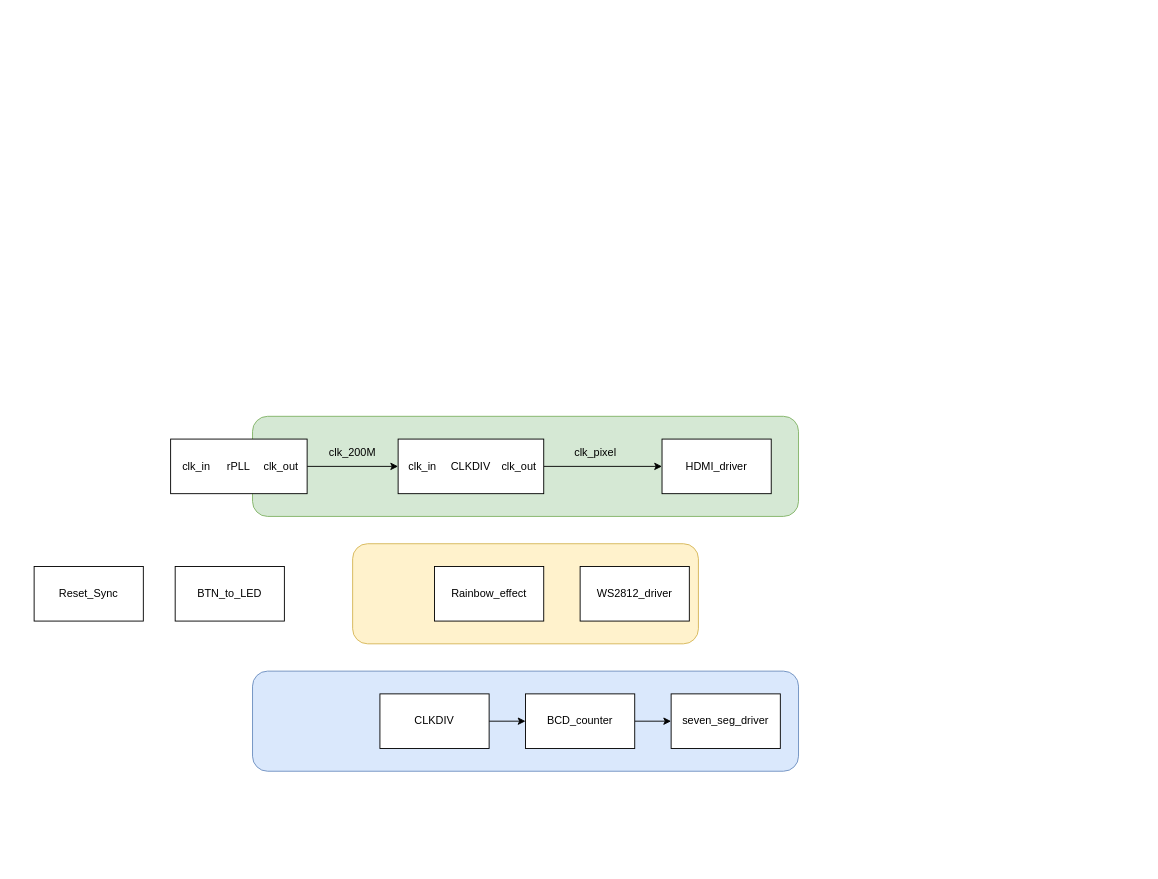
Above: 板级测试工程框图.drawio in zeandon/draw.io (draw.io), before the change. Source tidied: cells renumbered, new cells numbered last; positions are measured from the earlier drawing's top-left corner, leaving out a move shared by most shapes. Both pictures are drawn from the tidied source at 91%, with x=0, y=0 at pixel (34, 416).
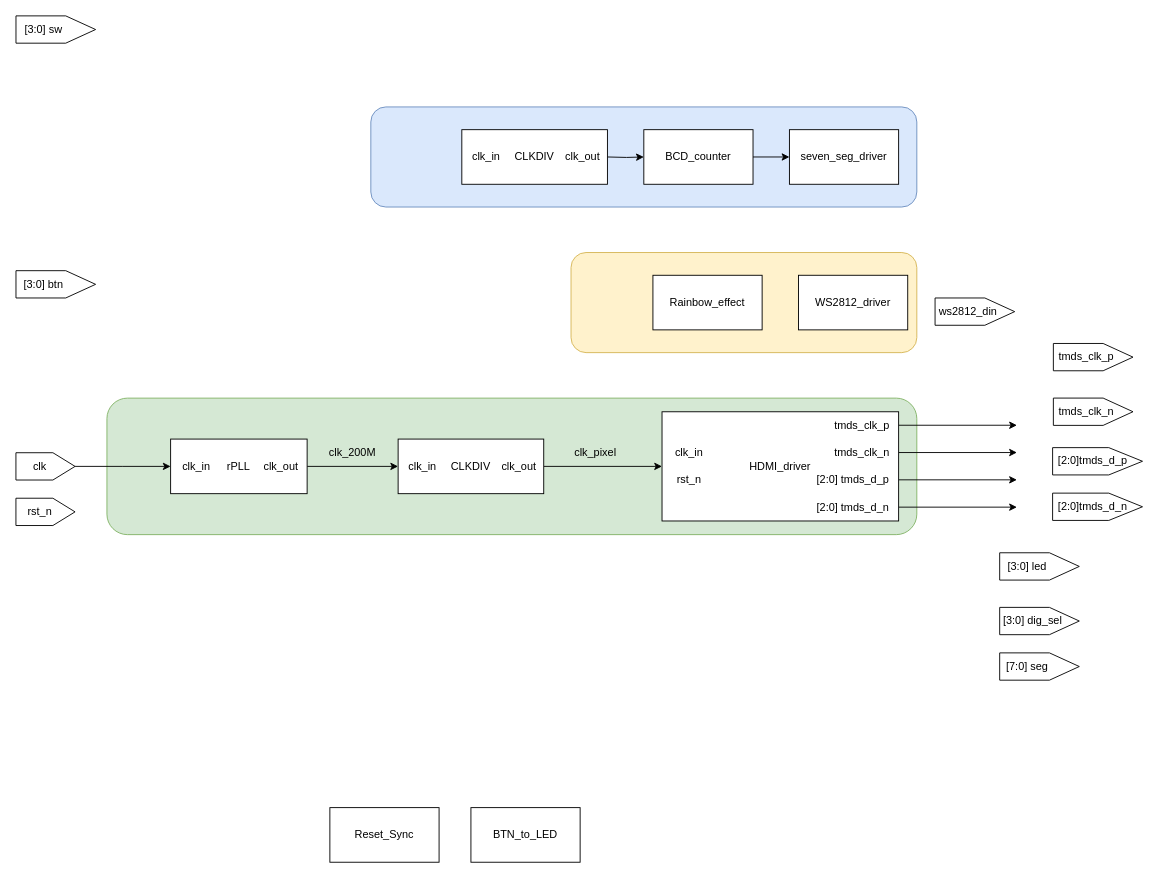
After the change.

Commit message (it also covers changes not shown here):
更新板级测试工程框图.drawio

Diff of the diagram source:
```diff
@@
     <mxCell id="2" style="rounded=1;whiteSpace=wrap;html=1;fillColor=#d5e8d4;strokeColor=#82b366;" parent="1" vertex="1">
-      <mxGeometry x="240" width="600" height="110" as="geometry" />
+      <mxGeometry x="80" y="-20" width="890" height="150" as="geometry" />
     </mxCell>
     <mxCell id="3" style="rounded=1;whiteSpace=wrap;html=1;fillColor=#dae8fc;strokeColor=#6c8ebf;" parent="1" vertex="1">
-      <mxGeometry x="240" y="280" width="600" height="110" as="geometry" />
+      <mxGeometry x="370" y="-340" width="600" height="110" as="geometry" />
     </mxCell>
     <mxCell id="4" style="rounded=1;whiteSpace=wrap;html=1;fillColor=#fff2cc;strokeColor=#d6b656;" parent="1" vertex="1">
-      <mxGeometry x="350" y="140" width="380" height="110" as="geometry" />
+      <mxGeometry x="590" y="-180" width="380" height="110" as="geometry" />
     </mxCell>
-    <mxCell id="5" value="HDMI_driver" style="rounded=0;whiteSpace=wrap;html=1;" parent="1" vertex="1">
-      <mxGeometry x="690" y="25" width="120" height="60" as="geometry" />
-    </mxCell>
@@
     <mxCell id="8" value="Reset_Sync" style="rounded=0;whiteSpace=wrap;html=1;" parent="1" vertex="1">
-      <mxGeometry y="165" width="120" height="60" as="geometry" />
+      <mxGeometry x="325" y="430" width="120" height="60" as="geometry" />
     </mxCell>
-    <mxCell id="9" style="edgeStyle=orthogonalEdgeStyle;rounded=0;jettySize=auto;html=1;" parent="1" edge="1" source="10" target="12">
-      <mxGeometry relative="1" as="geometry" />
+    <mxCell id="9" style="edgeStyle=orthogonalEdgeStyle;rounded=0;jettySize=auto;html=1;" parent="1" edge="1" target="12">
+      <mxGeometry relative="1" as="geometry">
+        <mxPoint x="630" y="-285" as="sourcePoint" />
+      </mxGeometry>
     </mxCell>
-    <mxCell id="10" value="CLKDIV" style="rounded=0;whiteSpace=wrap;html=1;" parent="1" vertex="1">
-      <mxGeometry x="380" y="305" width="120" height="60" as="geometry" />
-    </mxCell>
@@
     <mxCell id="12" value="BCD_counter" style="rounded=0;whiteSpace=wrap;html=1;" parent="1" vertex="1">
-      <mxGeometry x="540" y="305" width="120" height="60" as="geometry" />
+      <mxGeometry x="670" y="-315" width="120" height="60" as="geometry" />
     </mxCell>
     <mxCell id="13" value="seven_seg_driver" style="rounded=0;whiteSpace=wrap;html=1;" parent="1" vertex="1">
-      <mxGeometry x="700" y="305" width="120" height="60" as="geometry" />
+      <mxGeometry x="830" y="-315" width="120" height="60" as="geometry" />
     </mxCell>
     <mxCell id="14" value="BTN_to_LED" style="rounded=0;whiteSpace=wrap;html=1;" parent="1" vertex="1">
-      <mxGeometry x="155" y="165" width="120" height="60" as="geometry" />
+      <mxGeometry x="480" y="430" width="120" height="60" as="geometry" />
     </mxCell>
     <mxCell id="15" value="Rainbow_effect" style="rounded=0;whiteSpace=wrap;html=1;" parent="1" vertex="1">
-      <mxGeometry x="440" y="165" width="120" height="60" as="geometry" />
+      <mxGeometry x="680" y="-155" width="120" height="60" as="geometry" />
     </mxCell>
     <mxCell id="16" value="WS2812_driver" style="rounded=0;whiteSpace=wrap;html=1;" parent="1" vertex="1">
-      <mxGeometry x="600" y="165" width="120" height="60" as="geometry" />
+      <mxGeometry x="840" y="-155" width="120" height="60" as="geometry" />
     </mxCell>
@@
+    <mxCell id="27" style="edgeStyle=orthogonalEdgeStyle;rounded=0;orthogonalLoop=1;jettySize=auto;html=1;" parent="1" edge="1">
+      <mxGeometry relative="1" as="geometry">
+        <mxPoint x="950" y="9.8" as="sourcePoint" />
+        <mxPoint x="1080" y="9.8" as="targetPoint" />
+      </mxGeometry>
+    </mxCell>
+    <mxCell id="28" style="edgeStyle=orthogonalEdgeStyle;rounded=0;orthogonalLoop=1;jettySize=auto;html=1;" parent="1" edge="1">
+      <mxGeometry relative="1" as="geometry">
+        <mxPoint x="950" y="39.8" as="sourcePoint" />
+        <mxPoint x="1080" y="39.8" as="targetPoint" />
+      </mxGeometry>
+    </mxCell>
+    <mxCell id="29" style="edgeStyle=orthogonalEdgeStyle;rounded=0;orthogonalLoop=1;jettySize=auto;html=1;" parent="1" edge="1">
+      <mxGeometry relative="1" as="geometry">
+        <mxPoint x="950" y="69.8" as="sourcePoint" />
+        <mxPoint x="1080" y="69.8" as="targetPoint" />
+      </mxGeometry>
+    </mxCell>
+    <mxCell id="30" style="edgeStyle=orthogonalEdgeStyle;rounded=0;orthogonalLoop=1;jettySize=auto;html=1;" parent="1" edge="1">
+      <mxGeometry relative="1" as="geometry">
+        <mxPoint x="950" y="99.8" as="sourcePoint" />
+        <mxPoint x="1080" y="99.8" as="targetPoint" />
+      </mxGeometry>
+    </mxCell>
+    <mxCell id="31" style="group;" parent="1" vertex="1">
+      <mxGeometry x="690" y="-5" width="260" height="120" as="geometry" />
+    </mxCell>
+    <mxCell id="5" value="HDMI_driver" style="rounded=0;whiteSpace=wrap;html=1;" parent="31" vertex="1">
+      <mxGeometry width="260" height="120" as="geometry" />
+    </mxCell>
+    <mxCell id="32" value="tmds_clk_p" style="text;html=1;whiteSpace=wrap;strokeColor=none;fillColor=none;align=center;verticalAlign=middle;rounded=0;" parent="31" vertex="1">
+      <mxGeometry x="180" width="80" height="30" as="geometry" />
+    </mxCell>
+    <mxCell id="33" value="tmds_clk_n" style="text;html=1;whiteSpace=wrap;strokeColor=none;fillColor=none;align=center;verticalAlign=middle;rounded=0;" parent="31" vertex="1">
+      <mxGeometry x="180" y="30" width="80" height="30" as="geometry" />
+    </mxCell>
+    <mxCell id="34" value="[2:0] tmds_d_p" style="text;html=1;whiteSpace=wrap;strokeColor=none;fillColor=none;align=center;verticalAlign=middle;rounded=0;" parent="31" vertex="1">
+      <mxGeometry x="160" y="60" width="100" height="30" as="geometry" />
+    </mxCell>
+    <mxCell id="35" value="[2:0] tmds_d_n" style="text;html=1;whiteSpace=wrap;strokeColor=none;fillColor=none;align=center;verticalAlign=middle;rounded=0;" parent="31" vertex="1">
+      <mxGeometry x="160" y="90" width="100" height="30" as="geometry" />
+    </mxCell>
+    <mxCell id="36" value="clk_in" style="text;html=1;whiteSpace=wrap;strokeColor=none;fillColor=none;align=center;verticalAlign=middle;rounded=0;" parent="31" vertex="1">
+      <mxGeometry y="30" width="60" height="30" as="geometry" />
+    </mxCell>
+    <mxCell id="37" value="rst_n" style="text;html=1;whiteSpace=wrap;strokeColor=none;fillColor=none;align=center;verticalAlign=middle;rounded=0;" parent="31" vertex="1">
+      <mxGeometry y="60" width="60" height="30" as="geometry" />
+    </mxCell>
+    <mxCell id="38" style="edgeStyle=orthogonalEdgeStyle;rounded=0;jettySize=auto;html=1;exitX=0.5;exitY=1;exitDx=0;exitDy=0;" parent="1" edge="1" source="40">
+      <mxGeometry relative="1" as="geometry">
+        <mxPoint x="150" y="55" as="targetPoint" />
+      </mxGeometry>
+    </mxCell>
+    <mxCell id="39" style="group;" parent="1" vertex="1">
+      <mxGeometry x="-20" y="40" width="65" height="30" as="geometry" />
+    </mxCell>
+    <mxCell id="40" style="shape=offPageConnector;whiteSpace=wrap;html=1;rotation=-90;" parent="39" vertex="1">
+      <mxGeometry x="17.5" y="-17.5" width="30" height="65" as="geometry" />
+    </mxCell>
+    <mxCell id="41" value="clk" style="text;html=1;whiteSpace=wrap;strokeColor=none;fillColor=none;align=center;verticalAlign=middle;rounded=0;" parent="39" vertex="1">
+      <mxGeometry x="4.6" width="42.9" height="30" as="geometry" />
+    </mxCell>
+    <mxCell id="42" style="group;" parent="1" vertex="1">
+      <mxGeometry x="-20" y="90" width="65" height="30" as="geometry" />
+    </mxCell>
+    <mxCell id="43" style="shape=offPageConnector;whiteSpace=wrap;html=1;rotation=-90;" parent="42" vertex="1">
+      <mxGeometry x="17.5" y="-17.5" width="30" height="65" as="geometry" />
+    </mxCell>
+    <mxCell id="44" value="rst_n" style="text;html=1;whiteSpace=wrap;strokeColor=none;fillColor=none;align=center;verticalAlign=middle;rounded=0;" parent="42" vertex="1">
+      <mxGeometry x="4.6" width="42.9" height="30" as="geometry" />
+    </mxCell>
+    <mxCell id="45" style="group;" parent="1" vertex="1">
+      <mxGeometry x="-20" y="-160" width="87.5" height="30" as="geometry" />
+    </mxCell>
+    <mxCell id="46" style="shape=offPageConnector;whiteSpace=wrap;html=1;rotation=-90;" parent="45" vertex="1">
+      <mxGeometry x="28.8" y="-28.8" width="30" height="87.5" as="geometry" />
+    </mxCell>
+    <mxCell id="47" value="[3:0] btn" style="text;html=1;whiteSpace=wrap;strokeColor=none;fillColor=none;align=center;verticalAlign=middle;rounded=0;" parent="45" vertex="1">
+      <mxGeometry x="3.4" width="55.4" height="30" as="geometry" />
+    </mxCell>
+    <mxCell id="48" style="group;" parent="1" vertex="1">
+      <mxGeometry x="-20" y="-440" width="87.5" height="30" as="geometry" />
+    </mxCell>
+    <mxCell id="49" style="shape=offPageConnector;whiteSpace=wrap;html=1;rotation=-90;" parent="48" vertex="1">
+      <mxGeometry x="28.8" y="-28.8" width="30" height="87.5" as="geometry" />
+    </mxCell>
+    <mxCell id="50" value="[3:0] sw" style="text;html=1;whiteSpace=wrap;strokeColor=none;fillColor=none;align=center;verticalAlign=middle;rounded=0;" parent="48" vertex="1">
+      <mxGeometry x="3.4" width="55.4" height="30" as="geometry" />
+    </mxCell>
+    <mxCell id="51" style="group;" parent="1" vertex="1">
+      <mxGeometry x="1061" y="150" width="87.5" height="30" as="geometry" />
+    </mxCell>
+    <mxCell id="52" style="shape=offPageConnector;whiteSpace=wrap;html=1;rotation=-90;" parent="51" vertex="1">
+      <mxGeometry x="28.8" y="-28.8" width="30" height="87.5" as="geometry" />
+    </mxCell>
+    <mxCell id="53" value="[3:0] led" style="text;html=1;whiteSpace=wrap;strokeColor=none;fillColor=none;align=center;verticalAlign=middle;rounded=0;" parent="51" vertex="1">
+      <mxGeometry x="3.4" width="55.4" height="30" as="geometry" />
+    </mxCell>
+    <mxCell id="54" style="group;" parent="1" vertex="1">
+      <mxGeometry x="1061" y="210" width="87.5" height="30" as="geometry" />
+    </mxCell>
+    <mxCell id="55" style="shape=offPageConnector;whiteSpace=wrap;html=1;rotation=-90;" parent="54" vertex="1">
+      <mxGeometry x="28.8" y="-28.8" width="30" height="87.5" as="geometry" />
+    </mxCell>
+    <mxCell id="56" value="[3:0] dig_sel" style="text;html=1;whiteSpace=wrap;strokeColor=none;fillColor=none;align=center;verticalAlign=middle;rounded=0;" parent="54" vertex="1">
+      <mxGeometry x="3.4" width="66.6" height="30" as="geometry" />
+    </mxCell>
+    <mxCell id="57" style="group;" parent="1" vertex="1">
+      <mxGeometry x="1061" y="260" width="87.5" height="30" as="geometry" />
+    </mxCell>
+    <mxCell id="58" style="shape=offPageConnector;whiteSpace=wrap;html=1;rotation=-90;" parent="57" vertex="1">
+      <mxGeometry x="28.8" y="-28.8" width="30" height="87.5" as="geometry" />
+    </mxCell>
+    <mxCell id="59" value="[7:0] seg" style="text;html=1;whiteSpace=wrap;strokeColor=none;fillColor=none;align=center;verticalAlign=middle;rounded=0;" parent="57" vertex="1">
+      <mxGeometry x="3.4" width="55.4" height="30" as="geometry" />
+    </mxCell>
+    <mxCell id="60" style="group;" parent="1" vertex="1">
+      <mxGeometry x="990" y="-130" width="87.5" height="30" as="geometry" />
+    </mxCell>
+    <mxCell id="61" style="shape=offPageConnector;whiteSpace=wrap;html=1;rotation=-90;" parent="60" vertex="1">
+      <mxGeometry x="28.8" y="-28.8" width="30" height="87.5" as="geometry" />
+    </mxCell>
+    <mxCell id="62" value="ws2812_din" style="text;html=1;whiteSpace=wrap;strokeColor=none;fillColor=none;align=center;verticalAlign=middle;rounded=0;" parent="60" vertex="1">
+      <mxGeometry x="3.4" width="66.6" height="30" as="geometry" />
+    </mxCell>
+    <mxCell id="63" style="group;" parent="1" vertex="1">
+      <mxGeometry x="1120" y="-80" width="87.5" height="30" as="geometry" />
+    </mxCell>
+    <mxCell id="64" style="shape=offPageConnector;whiteSpace=wrap;html=1;rotation=-90;" parent="63" vertex="1">
+      <mxGeometry x="28.8" y="-28.8" width="30" height="87.5" as="geometry" />
+    </mxCell>
+    <mxCell id="65" value="tmds_clk_p" style="text;html=1;whiteSpace=wrap;strokeColor=none;fillColor=none;align=center;verticalAlign=middle;rounded=0;" parent="63" vertex="1">
+      <mxGeometry x="3.4" width="66.6" height="30" as="geometry" />
+    </mxCell>
+    <mxCell id="66" style="group;" parent="1" vertex="1">
+      <mxGeometry x="1120" y="-20" width="87.5" height="30" as="geometry" />
+    </mxCell>
+    <mxCell id="67" style="shape=offPageConnector;whiteSpace=wrap;html=1;rotation=-90;" parent="66" vertex="1">
+      <mxGeometry x="28.8" y="-28.8" width="30" height="87.5" as="geometry" />
+    </mxCell>
+    <mxCell id="68" value="tmds_clk_n" style="text;html=1;whiteSpace=wrap;strokeColor=none;fillColor=none;align=center;verticalAlign=middle;rounded=0;" parent="66" vertex="1">
+      <mxGeometry x="3.4" width="66.6" height="30" as="geometry" />
+    </mxCell>
+    <mxCell id="69" style="shape=offPageConnector;whiteSpace=wrap;html=1;rotation=-90;" parent="1" vertex="1">
+      <mxGeometry x="1153.6" width="30" height="98.8" as="geometry" />
+    </mxCell>
+    <mxCell id="70" value="[2:0]tmds_d_p" style="text;html=1;whiteSpace=wrap;strokeColor=none;fillColor=none;align=center;verticalAlign=middle;rounded=0;" parent="1" vertex="1">
+      <mxGeometry x="1130.4" y="34.4" width="66.6" height="30" as="geometry" />
+    </mxCell>
+    <mxCell id="71" style="shape=offPageConnector;whiteSpace=wrap;html=1;rotation=-90;" parent="1" vertex="1">
+      <mxGeometry x="1153.6" y="50" width="30" height="98.8" as="geometry" />
+    </mxCell>
+    <mxCell id="72" value="[2:0]tmds_d_n" style="text;html=1;whiteSpace=wrap;strokeColor=none;fillColor=none;align=center;verticalAlign=middle;rounded=0;" parent="1" vertex="1">
+      <mxGeometry x="1130.4" y="84.4" width="66.6" height="30" as="geometry" />
+    </mxCell>
+    <mxCell id="10" value="CLKDIV" style="rounded=0;whiteSpace=wrap;html=1;" parent="1" vertex="1">
+      <mxGeometry x="470" y="-315" width="160" height="60" as="geometry" />
+    </mxCell>
+    <mxCell id="73" value="clk_in" style="text;html=1;whiteSpace=wrap;strokeColor=none;fillColor=none;align=center;verticalAlign=middle;rounded=0;" parent="1" vertex="1">
+      <mxGeometry x="476.7" y="-300" width="40" height="30" as="geometry" />
+    </mxCell>
+    <mxCell id="74" value="clk_out" style="text;html=1;whiteSpace=wrap;strokeColor=none;fillColor=none;align=center;verticalAlign=middle;rounded=0;" parent="1" vertex="1">
+      <mxGeometry x="583.3" y="-300" width="40" height="30" as="geometry" />
+    </mxCell>
```
